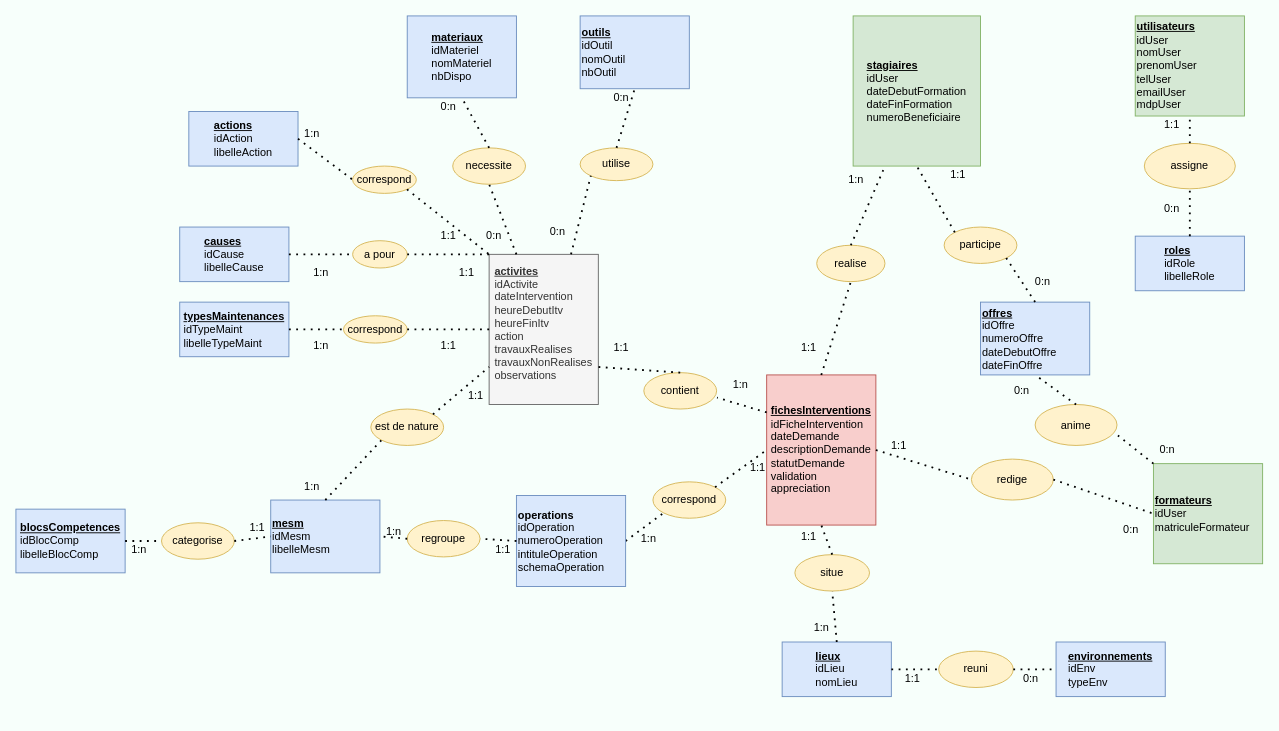
This is DOCS/mcd.drawio from tancraft/Stage, a draw.io file, before an edit. Source tidied: cells renumbered, new cells numbered last; positions are measured from the earlier drawing's top-left corner, leaving out a move shared by most shapes. Both pictures are drawn from the tidied source at 91%, with x=0, y=0 at pixel (15, 15).
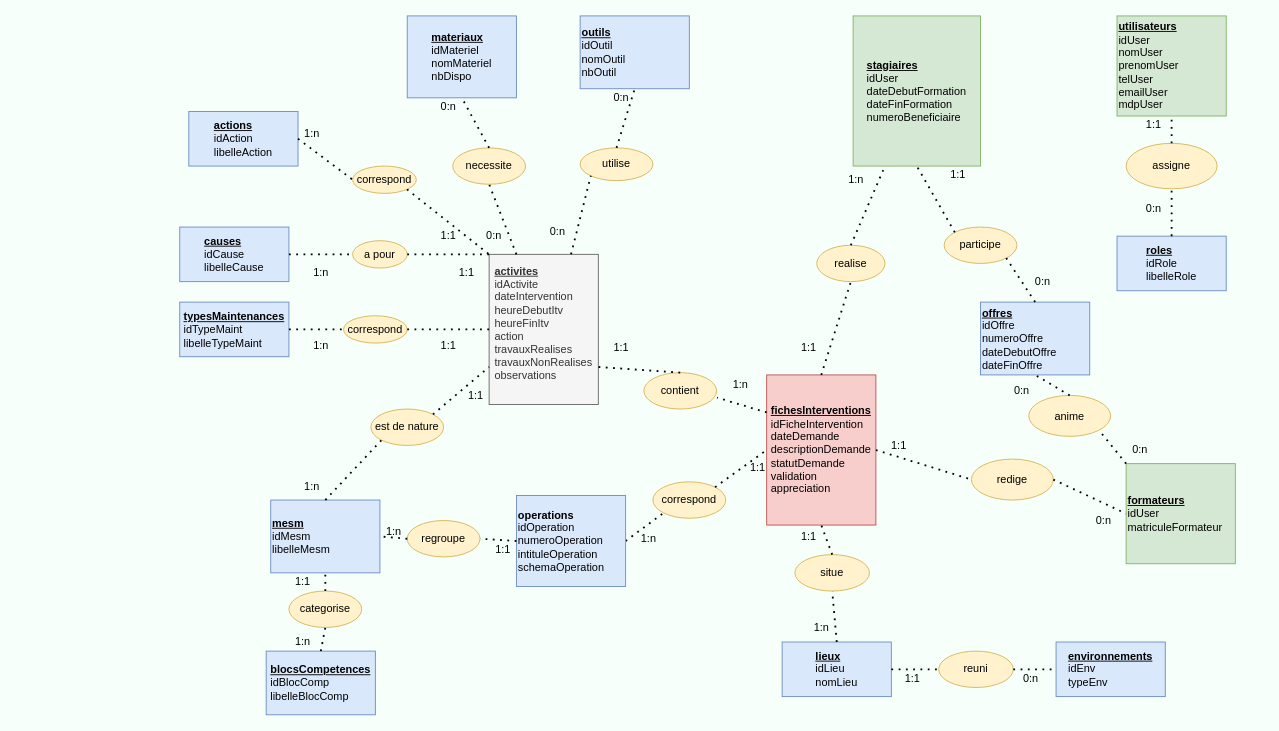
The same diagram, later.

The change refers to these unchanged cells:
```xml
<mxCell id="86" value="&lt;b&gt;&lt;u&gt;mesm&lt;/u&gt;&lt;/b&gt;&lt;br&gt;idMesm&lt;br&gt;libelleMesm" style="rounded=0;whiteSpace=wrap;html=1;align=left;fillColor=#dae8fc;strokeColor=#6c8ebf;" parent="1" vertex="1">
  <mxGeometry x="280" y="532" width="120" height="80" as="geometry" />
</mxCell>
```

Change to the diagram source:
```diff
@@
     <mxCell id="8" value="&lt;div style=&quot;text-align: left&quot;&gt;&lt;b&gt;&lt;u&gt;blocsCompetences&lt;/u&gt;&lt;/b&gt;&lt;/div&gt;&lt;div style=&quot;text-align: left&quot;&gt;&lt;span&gt;idBlocComp&lt;/span&gt;&lt;/div&gt;&lt;div style=&quot;text-align: left&quot;&gt;&lt;span&gt;libelleBlocComp&lt;/span&gt;&lt;/div&gt;" style="rounded=0;whiteSpace=wrap;html=1;fillColor=#dae8fc;strokeColor=#6c8ebf;" parent="1" vertex="1">
-      <mxGeometry y="542" width="120" height="70" as="geometry" />
+      <mxGeometry x="275" y="698" width="120" height="70" as="geometry" />
     </mxCell>
@@
     <mxCell id="10" value="&lt;b&gt;&lt;u&gt;formateurs&lt;/u&gt;&lt;/b&gt;&lt;br&gt;idUser&lt;br&gt;matriculeFormateur" style="rounded=0;whiteSpace=wrap;html=1;align=left;fillColor=#d5e8d4;strokeColor=#82b366;" parent="1" vertex="1">
-      <mxGeometry x="1250" y="492" width="120" height="110" as="geometry" />
+      <mxGeometry x="1220" y="492" width="120" height="110" as="geometry" />
     </mxCell>
@@
     <mxCell id="13" value="anime" style="ellipse;whiteSpace=wrap;html=1;fillColor=#fff2cc;strokeColor=#d6b656;" parent="1" vertex="1">
-      <mxGeometry x="1120" y="427" width="90" height="45" as="geometry" />
+      <mxGeometry x="1113" y="417" width="90" height="45" as="geometry" />
     </mxCell>
@@
     <mxCell id="18" value="0:n" style="text;html=1;align=center;verticalAlign=middle;" parent="1" vertex="1">
-      <mxGeometry x="1250" y="467" width="30" height="20" as="geometry" />
+      <mxGeometry x="1220" y="467" width="30" height="20" as="geometry" />
     </mxCell>
@@
     <mxCell id="20" value="0:n" style="text;html=1;align=center;verticalAlign=middle;" parent="1" vertex="1">
-      <mxGeometry x="1210" y="554.5" width="30" height="20" as="geometry" />
+      <mxGeometry x="1180" y="544.5" width="30" height="20" as="geometry" />
     </mxCell>
@@
-    <mxCell id="25" style="endArrow=none;dashed=1;html=1;dashPattern=1 3;strokeWidth=2;exitX=0;exitY=0;exitDx=0;exitDy=0;entryX=1.011;entryY=0.756;entryDx=0;entryDy=0;entryPerimeter=0;" parent="1" edge="1" source="10" target="13">
+    <mxCell id="25" style="endArrow=none;dashed=1;html=1;dashPattern=1 3;strokeWidth=2;exitX=0;exitY=0;exitDx=0;exitDy=0;entryX=1;entryY=1;entryDx=0;entryDy=0;" parent="1" edge="1" source="10" target="13">
       <mxGeometry relative="1" as="geometry" />
     </mxCell>
@@
     <mxCell id="54" value="1:1" style="text;html=1;align=center;verticalAlign=middle;" parent="1" vertex="1">
-      <mxGeometry x="250" y="552" width="30" height="20" as="geometry" />
+      <mxGeometry x="300" y="612" width="30" height="20" as="geometry" />
     </mxCell>
     <mxCell id="55" value="1:n" style="text;html=1;align=center;verticalAlign=middle;" parent="1" vertex="1">
-      <mxGeometry x="120" y="577" width="30" height="20" as="geometry" />
+      <mxGeometry x="300" y="678" width="30" height="20" as="geometry" />
     </mxCell>
@@
     <mxCell id="72" value="&lt;b&gt;&lt;u&gt;utilisateurs&lt;/u&gt;&lt;/b&gt;&lt;br&gt;idUser&lt;br&gt;nomUser&lt;br&gt;prenomUser&lt;br&gt;telUser&lt;br&gt;emailUser&lt;br&gt;mdpUser" style="rounded=0;whiteSpace=wrap;html=1;align=left;fillColor=#d5e8d4;strokeColor=#82b366;" parent="1" vertex="1">
-      <mxGeometry x="1230" width="120" height="110" as="geometry" />
+      <mxGeometry x="1210" width="120" height="110" as="geometry" />
     </mxCell>
     <mxCell id="73" value="&lt;div style=&quot;text-align: left&quot;&gt;&lt;b&gt;&lt;u&gt;roles&lt;/u&gt;&lt;/b&gt;&lt;/div&gt;&lt;div style=&quot;text-align: left&quot;&gt;&lt;span&gt;idRole&lt;/span&gt;&lt;/div&gt;&lt;div style=&quot;text-align: left&quot;&gt;&lt;span&gt;libelleRole&lt;/span&gt;&lt;/div&gt;" style="rounded=0;whiteSpace=wrap;html=1;fillColor=#dae8fc;strokeColor=#6c8ebf;" parent="1" vertex="1">
-      <mxGeometry x="1230" y="242" width="120" height="60" as="geometry" />
+      <mxGeometry x="1210" y="242" width="120" height="60" as="geometry" />
     </mxCell>
     <mxCell id="74" value="assigne" style="ellipse;whiteSpace=wrap;html=1;fillColor=#fff2cc;strokeColor=#d6b656;" parent="1" vertex="1">
-      <mxGeometry x="1240" y="140" width="100" height="50" as="geometry" />
+      <mxGeometry x="1220" y="140" width="100" height="50" as="geometry" />
     </mxCell>
     <mxCell id="75" value="1:1" style="text;html=1;align=center;verticalAlign=middle;" parent="1" vertex="1">
-      <mxGeometry x="1255" y="110" width="30" height="20" as="geometry" />
+      <mxGeometry x="1235" y="110" width="30" height="20" as="geometry" />
     </mxCell>
     <mxCell id="76" value="0:n" style="text;html=1;align=center;verticalAlign=middle;" parent="1" vertex="1">
-      <mxGeometry x="1255" y="202" width="30" height="20" as="geometry" />
+      <mxGeometry x="1235" y="202" width="30" height="20" as="geometry" />
     </mxCell>
@@
     <mxCell id="87" value="categorise" style="ellipse;whiteSpace=wrap;html=1;fillColor=#fff2cc;strokeColor=#d6b656;" parent="1" vertex="1">
-      <mxGeometry x="160" y="557" width="80" height="40" as="geometry" />
+      <mxGeometry x="300" y="632" width="80" height="40" as="geometry" />
     </mxCell>
@@
-    <mxCell id="89" style="endArrow=none;dashed=1;html=1;dashPattern=1 3;strokeWidth=2;exitX=1;exitY=0.5;exitDx=0;exitDy=0;entryX=0;entryY=0.5;entryDx=0;entryDy=0;" parent="1" edge="1" source="8" target="87">
+    <mxCell id="89" style="endArrow=none;dashed=1;html=1;dashPattern=1 3;strokeWidth=2;exitX=0.5;exitY=0;exitDx=0;exitDy=0;entryX=0.5;entryY=1;entryDx=0;entryDy=0;" parent="1" edge="1" source="8" target="87">
       <mxGeometry relative="1" as="geometry" />
     </mxCell>
-    <mxCell id="90" style="endArrow=none;dashed=1;html=1;dashPattern=1 3;strokeWidth=2;exitX=1;exitY=0.5;exitDx=0;exitDy=0;entryX=0;entryY=0.5;entryDx=0;entryDy=0;" parent="1" edge="1" source="87" target="86">
+    <mxCell id="90" style="endArrow=none;dashed=1;html=1;dashPattern=1 3;strokeWidth=2;exitX=0.5;exitY=0;exitDx=0;exitDy=0;entryX=0.5;entryY=1;entryDx=0;entryDy=0;" parent="1" edge="1" source="87" target="86">
       <mxGeometry relative="1" as="geometry" />
     </mxCell>
```
